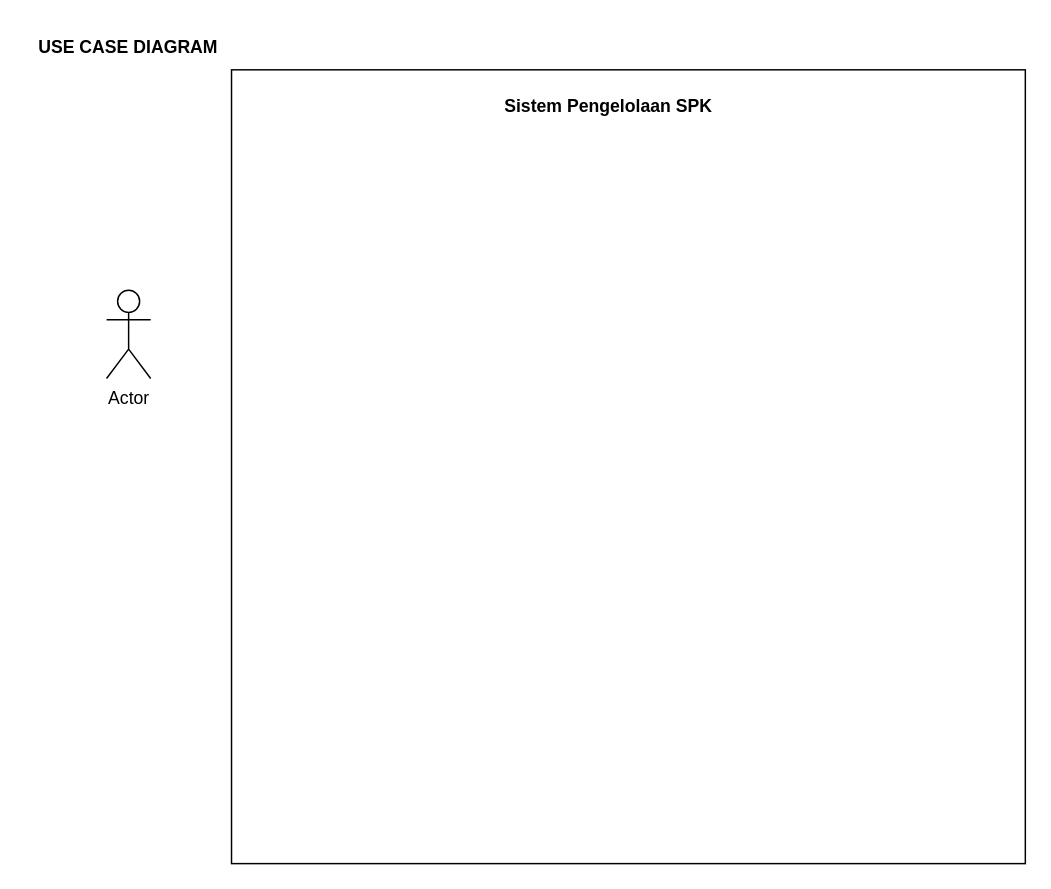
Above: Untitled Diagram.drawio in rdhst/ERD-Draw-IO (draw.io), before the change. Source tidied: cells renumbered, new cells numbered last; positions are measured from the earlier drawing's top-left corner, leaving out a move shared by most shapes. Both pictures are drawn from the tidied source at 147%, with x=0, y=0 at pixel (25, 25).
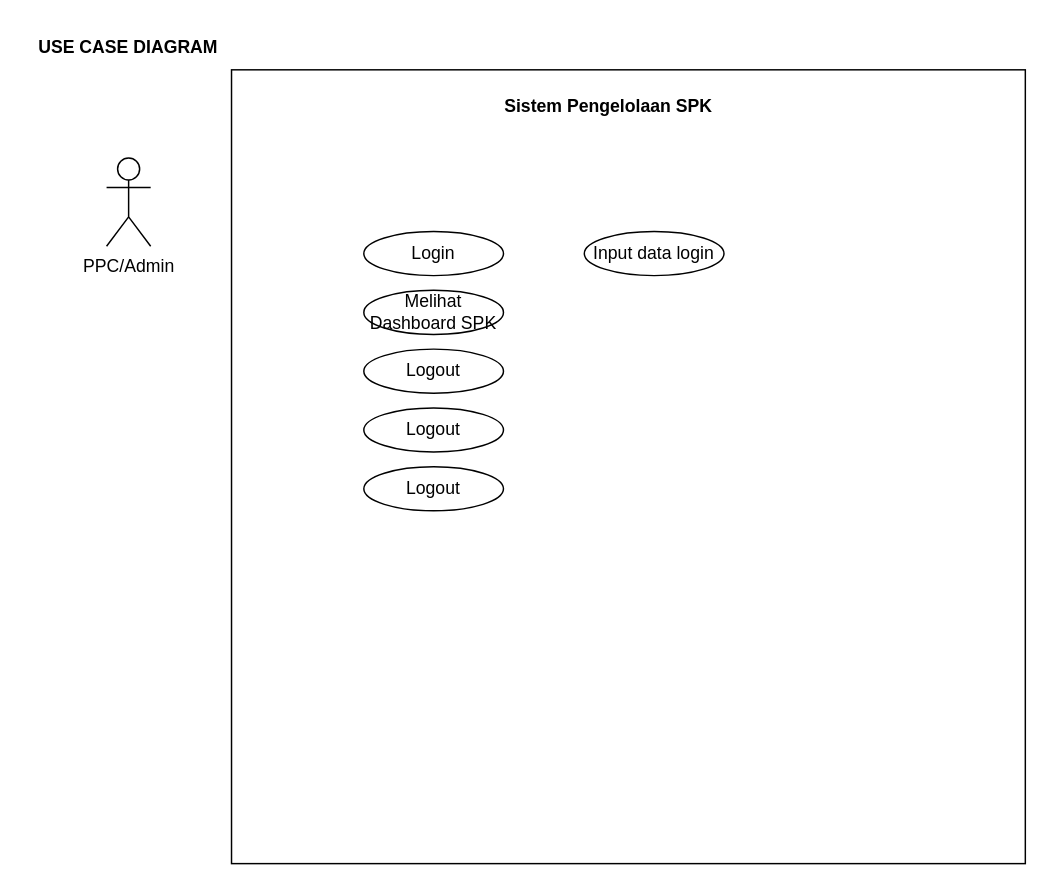
The same diagram, later.

Diff of the diagram source:
```diff
@@
 <mxGraphModel>
   <root>
     <mxCell id="0" />
     <mxCell id="1" parent="0" />
     <mxCell id="2" value="USE CASE DIAGRAM" style="text;html=1;align=center;verticalAlign=middle;whiteSpace=wrap;rounded=0;fontStyle=1;" parent="1" vertex="1">
       <mxGeometry width="140" height="30" as="geometry" />
     </mxCell>
-    <mxCell id="3" value="Actor" style="shape=umlActor;verticalLabelPosition=bottom;verticalAlign=top;html=1;" parent="1" vertex="1">
-      <mxGeometry x="55" y="180" width="30" height="60" as="geometry" />
+    <mxCell id="3" value="PPC/Admin" style="shape=umlActor;verticalLabelPosition=bottom;verticalAlign=top;html=1;" parent="1" vertex="1">
+      <mxGeometry x="55" y="90" width="30" height="60" as="geometry" />
     </mxCell>
     <mxCell id="4" style="whiteSpace=wrap;html=1;" parent="1" vertex="1">
       <mxGeometry x="140" y="30" width="540" height="540" as="geometry" />
     </mxCell>
     <mxCell id="5" value="&amp;nbsp;Sistem Pengelolaan SPK" style="text;html=1;align=center;verticalAlign=middle;whiteSpace=wrap;rounded=0;fontStyle=1;" parent="1" vertex="1">
       <mxGeometry x="305" y="40" width="180" height="30" as="geometry" />
     </mxCell>
+    <mxCell id="6" value="Login" style="ellipse;whiteSpace=wrap;html=1;" parent="1" vertex="1">
+      <mxGeometry x="230" y="140" width="95" height="30" as="geometry" />
+    </mxCell>
+    <mxCell id="7" value="Input data login" style="ellipse;whiteSpace=wrap;html=1;" parent="1" vertex="1">
+      <mxGeometry x="380" y="140" width="95" height="30" as="geometry" />
+    </mxCell>
+    <mxCell id="8" value="Logout" style="ellipse;whiteSpace=wrap;html=1;" parent="1" vertex="1">
+      <mxGeometry x="230" y="260" width="95" height="30" as="geometry" />
+    </mxCell>
+    <mxCell id="9" value="Melihat Dashboard SPK" style="ellipse;whiteSpace=wrap;html=1;" parent="1" vertex="1">
+      <mxGeometry x="230" y="180" width="95" height="30" as="geometry" />
+    </mxCell>
+    <mxCell id="10" value="Logout" style="ellipse;whiteSpace=wrap;html=1;" parent="1" vertex="1">
+      <mxGeometry x="230" y="220" width="95" height="30" as="geometry" />
+    </mxCell>
+    <mxCell id="11" value="Logout" style="ellipse;whiteSpace=wrap;html=1;" parent="1" vertex="1">
+      <mxGeometry x="230" y="300" width="95" height="30" as="geometry" />
+    </mxCell>
   </root>
 </mxGraphModel>
```
